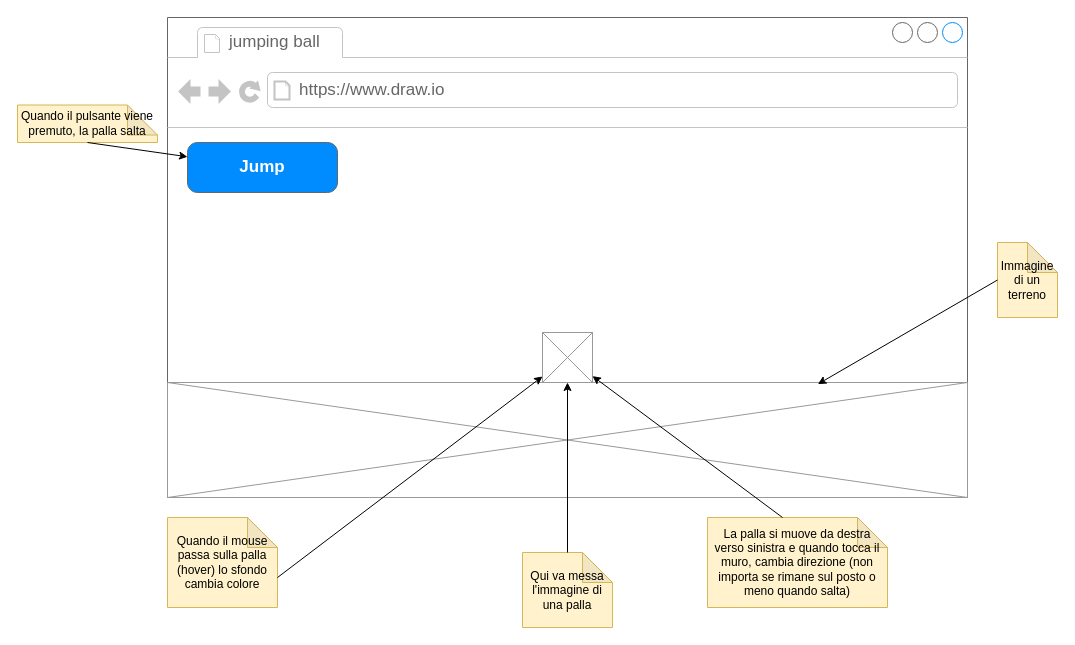
CuriousCI/2021-info-HTML5 keeps this draw.io diagram as bouncing-ball.drawio. Above is the earlier version. Source tidied: cells renumbered, new cells numbered last; positions are measured from the earlier drawing's top-left corner, leaving out a move shared by most shapes. Both pictures are drawn from the tidied source at 100%, with x=0, y=0 at pixel (17, 17).
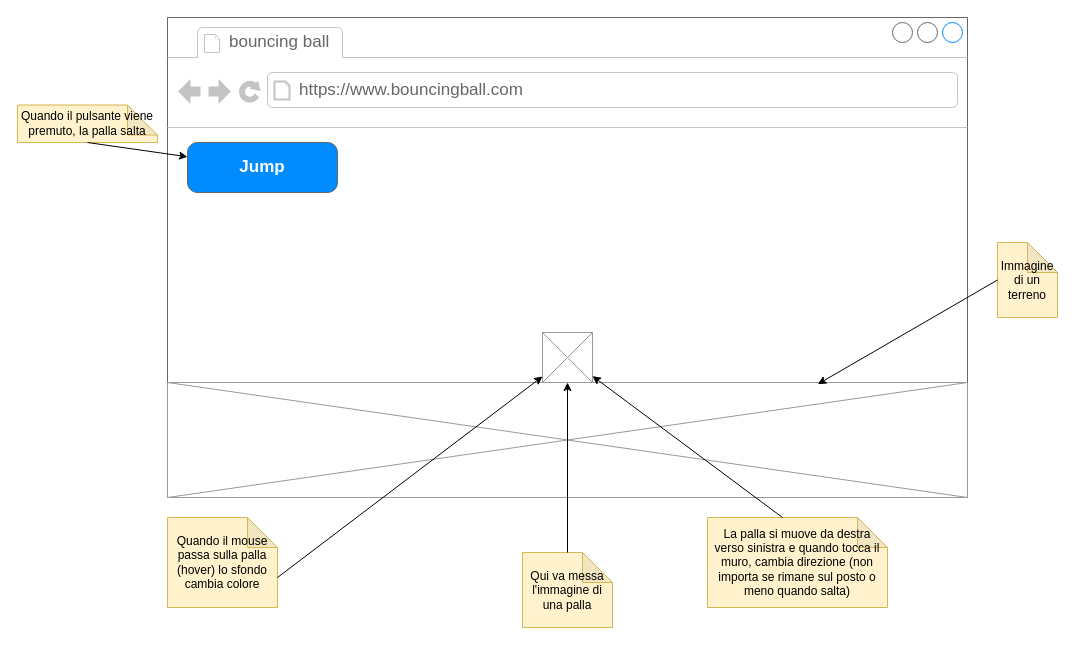
The same diagram, later.

Commit message:
changed bouncing-ball.drawio title and link

What changed in the source:
```diff
@@
 <mxGraphModel>
   <root>
     <mxCell id="0" />
     <mxCell id="1" parent="0" />
     <mxCell id="2" style="strokeWidth=1;shadow=0;dashed=0;align=center;html=1;shape=mxgraph.mockup.containers.browserWindow;rSize=0;strokeColor=#666666;strokeColor2=#008cff;strokeColor3=#c4c4c4;mainText=,;" parent="1" vertex="1">
       <mxGeometry x="150" width="800" height="480" as="geometry" />
     </mxCell>
-    <mxCell id="3" value="jumping ball" style="strokeWidth=1;shadow=0;dashed=0;align=center;html=1;shape=mxgraph.mockup.containers.anchor;fontSize=17;fontColor=#666666;align=left;" parent="2" vertex="1">
+    <mxCell id="3" value="bouncing ball" style="strokeWidth=1;shadow=0;dashed=0;align=center;html=1;shape=mxgraph.mockup.containers.anchor;fontSize=17;fontColor=#666666;align=left;" parent="2" vertex="1">
       <mxGeometry x="60" y="12" width="110" height="26" as="geometry" />
     </mxCell>
-    <mxCell id="4" value="https://www.draw.io" style="strokeWidth=1;shadow=0;dashed=0;align=center;html=1;shape=mxgraph.mockup.containers.anchor;rSize=0;fontSize=17;fontColor=#666666;align=left;" parent="2" vertex="1">
+    <mxCell id="4" value="https://www.bouncingball.com" style="strokeWidth=1;shadow=0;dashed=0;align=center;html=1;shape=mxgraph.mockup.containers.anchor;rSize=0;fontSize=17;fontColor=#666666;align=left;" parent="2" vertex="1">
       <mxGeometry x="130" y="60" width="250" height="26" as="geometry" />
     </mxCell>
     <mxCell id="5" style="verticalLabelPosition=bottom;shadow=0;dashed=0;align=center;html=1;verticalAlign=top;strokeWidth=1;shape=mxgraph.mockup.graphics.simpleIcon;strokeColor=#999999;" parent="2" vertex="1">
       <mxGeometry x="375" y="315" width="50" height="50" as="geometry" />
     </mxCell>
     <mxCell id="6" style="verticalLabelPosition=bottom;shadow=0;dashed=0;align=center;html=1;verticalAlign=top;strokeWidth=1;shape=mxgraph.mockup.graphics.simpleIcon;strokeColor=#999999;" parent="2" vertex="1">
       <mxGeometry y="365" width="800" height="115" as="geometry" />
     </mxCell>
     <mxCell id="7" value="Jump" style="strokeWidth=1;shadow=0;dashed=0;align=center;html=1;shape=mxgraph.mockup.buttons.button;strokeColor=#666666;fontColor=#ffffff;mainText=;buttonStyle=round;fontSize=17;fontStyle=1;fillColor=#008cff;whiteSpace=wrap;" parent="2" vertex="1">
       <mxGeometry x="20" y="125" width="150" height="50" as="geometry" />
     </mxCell>
     <mxCell id="8" value="Qui va messa l'immagine di una palla" style="shape=note;whiteSpace=wrap;html=1;backgroundOutline=1;darkOpacity=0.05;fillColor=#fff2cc;strokeColor=#d6b656;" parent="1" vertex="1">
       <mxGeometry x="505" y="535" width="90" height="75" as="geometry" />
     </mxCell>
     <mxCell id="9" style="endArrow=classic;html=1;exitX=0.5;exitY=0;exitDx=0;exitDy=0;exitPerimeter=0;" parent="1" edge="1" source="8" target="5">
       <mxGeometry relative="1" as="geometry" />
     </mxCell>
     <mxCell id="10" value="Immagine di un terreno" style="shape=note;whiteSpace=wrap;html=1;backgroundOutline=1;darkOpacity=0.05;fillColor=#fff2cc;strokeColor=#d6b656;" parent="1" vertex="1">
       <mxGeometry x="980" y="225" width="60" height="75" as="geometry" />
     </mxCell>
     <mxCell id="11" style="endArrow=classic;html=1;entryX=0.813;entryY=0.014;entryDx=0;entryDy=0;entryPerimeter=0;exitX=0;exitY=0.5;exitDx=0;exitDy=0;exitPerimeter=0;" parent="1" edge="1" source="10" target="6">
       <mxGeometry relative="1" as="geometry" />
     </mxCell>
     <mxCell id="12" value="Quando il pulsante viene premuto, la palla salta" style="shape=note;whiteSpace=wrap;html=1;backgroundOutline=1;darkOpacity=0.05;fillColor=#fff2cc;strokeColor=#d6b656;" parent="1" vertex="1">
       <mxGeometry y="87.5" width="140" height="37.5" as="geometry" />
     </mxCell>
     <mxCell id="13" style="endArrow=classic;html=1;exitX=0.5;exitY=1;exitDx=0;exitDy=0;exitPerimeter=0;" parent="1" edge="1" source="12" target="7">
       <mxGeometry relative="1" as="geometry" />
     </mxCell>
     <mxCell id="14" value="La palla si muove da destra verso sinistra e quando tocca il muro, cambia direzione (non importa se rimane sul posto o meno quando salta)" style="shape=note;whiteSpace=wrap;html=1;backgroundOutline=1;darkOpacity=0.05;fillColor=#fff2cc;strokeColor=#d6b656;" parent="1" vertex="1">
       <mxGeometry x="690" y="500" width="180" height="90" as="geometry" />
     </mxCell>
     <mxCell id="15" style="endArrow=classic;html=1;exitX=0;exitY=0;exitDx=75;exitDy=0;exitPerimeter=0;" parent="1" edge="1" source="14" target="5">
       <mxGeometry relative="1" as="geometry" />
     </mxCell>
     <mxCell id="16" value="Quando il mouse passa sulla palla (hover) lo sfondo cambia colore" style="shape=note;whiteSpace=wrap;html=1;backgroundOutline=1;darkOpacity=0.05;fillColor=#fff2cc;strokeColor=#d6b656;" parent="1" vertex="1">
       <mxGeometry x="150" y="500" width="110" height="90" as="geometry" />
     </mxCell>
     <mxCell id="17" style="endArrow=classic;html=1;exitX=0;exitY=0;exitDx=110;exitDy=60;exitPerimeter=0;" parent="1" edge="1" source="16" target="5">
       <mxGeometry relative="1" as="geometry" />
     </mxCell>
   </root>
 </mxGraphModel>
```
